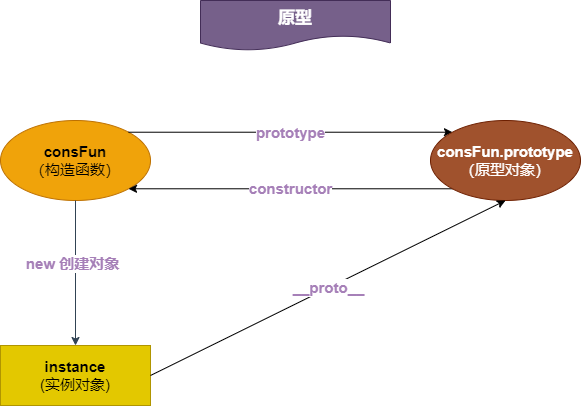
arrayListTwo/draw keeps this draw.io diagram as 未命名绘图.drawio.png. Above is the earlier version. Source tidied: cells renumbered, new cells last; positions are measured from the earlier drawing's top-left corner, leaving out a move shared by most shapes.
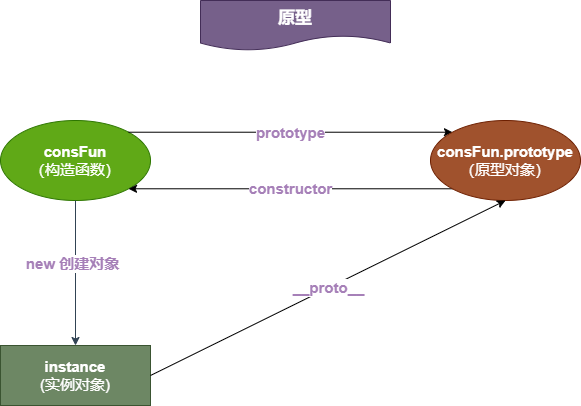
The same diagram one commit later.

Commit message:
更新未命名绘图.drawio.png

Change to the diagram source:
```diff
@@ -2,10 +2,10 @@
   <root>
     <mxCell id="0" />
     <mxCell id="1" parent="0" />
-    <mxCell id="2" value="&lt;font style=&quot;font-size: 15px;&quot; color=&quot;#000000&quot;&gt;&lt;b&gt;consFun&lt;/b&gt;&lt;br&gt;（构造函数）&lt;/font&gt;" style="ellipse;whiteSpace=wrap;html=1;fillStyle=auto;fillColor=#f0a30a;fontColor=#000000;strokeColor=#BD7000;" parent="1" vertex="1">
+    <mxCell id="2" value="&lt;font color=&quot;#ffffff&quot; style=&quot;font-size: 15px;&quot;&gt;&lt;b style=&quot;&quot;&gt;consFun&lt;/b&gt;&lt;br&gt;（构造函数）&lt;/font&gt;" style="ellipse;whiteSpace=wrap;html=1;fillStyle=auto;fillColor=#60a917;fontColor=#ffffff;strokeColor=#2D7600;" parent="1" vertex="1">
       <mxGeometry y="120" width="150" height="80" as="geometry" />
     </mxCell>
-    <mxCell id="3" value="&lt;b&gt;instance&lt;/b&gt;&lt;br&gt;(实例对象)" style="rounded=0;whiteSpace=wrap;html=1;fillStyle=auto;fontSize=15;fontColor=#000000;fillColor=#e3c800;strokeColor=#B09500;" parent="1" vertex="1">
+    <mxCell id="3" value="&lt;font color=&quot;#ffffff&quot;&gt;&lt;b&gt;instance&lt;/b&gt;&lt;br&gt;(实例对象)&lt;/font&gt;" style="rounded=0;whiteSpace=wrap;html=1;fillStyle=auto;fontSize=15;fontColor=#ffffff;fillColor=#6d8764;strokeColor=#3A5431;" parent="1" vertex="1">
       <mxGeometry y="345" width="150" height="60" as="geometry" />
     </mxCell>
     <mxCell id="4" style="endArrow=classic;html=1;rounded=0;fontSize=15;fontColor=#000000;exitX=0.5;exitY=1;exitDx=0;exitDy=0;fillColor=#647687;strokeColor=#314354;" parent="1" edge="1" source="2" target="3">
```
